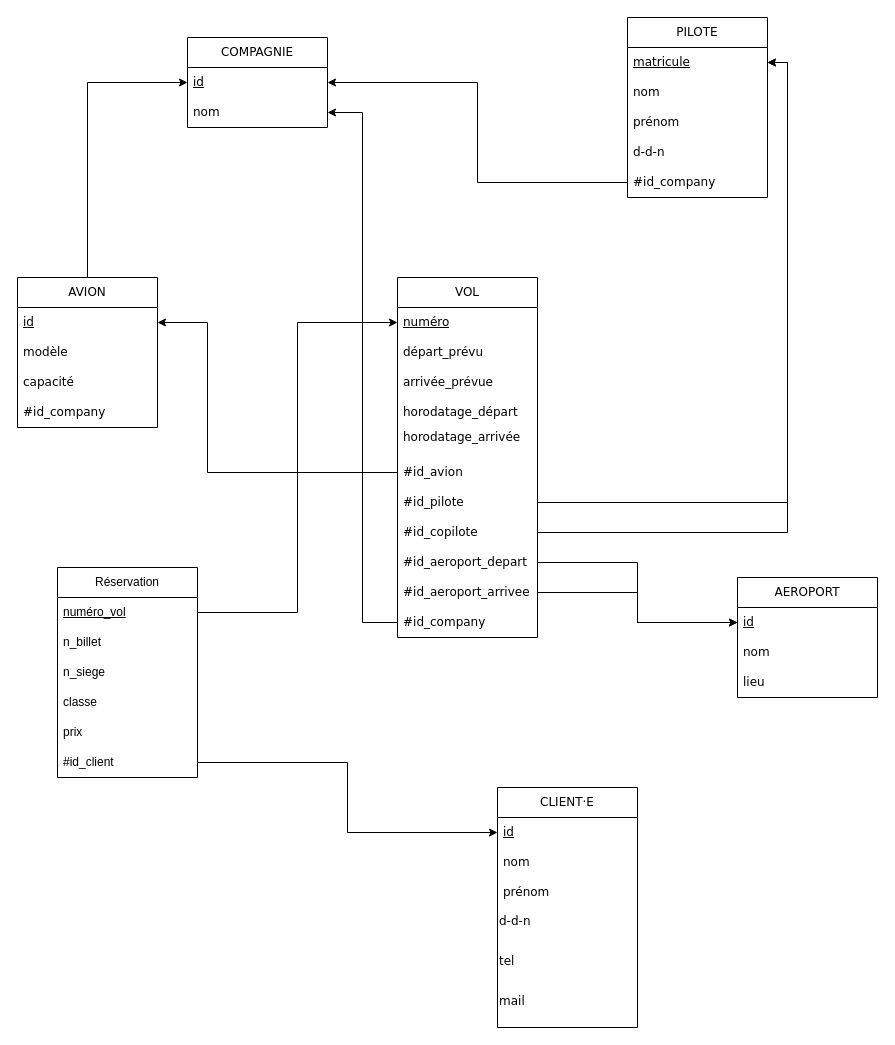
Earlier version of the draw.io diagram admin/Diagramme sans nom.drawio (Felania-f/supercar). Source tidied: cells renumbered, new cells numbered last; positions are measured from the earlier drawing's top-left corner, leaving out a move shared by most shapes. Both pictures are drawn from the tidied source at 100%, with x=0, y=0 at pixel (17, 17).
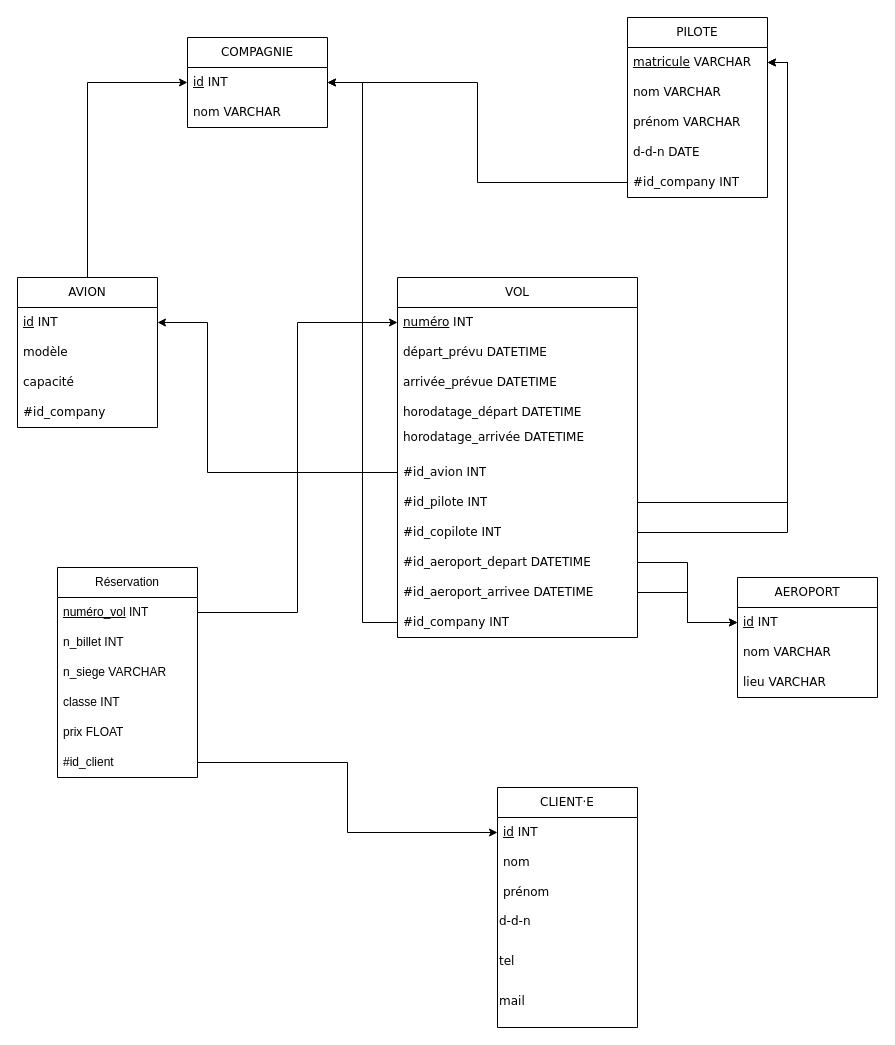
The same page after the edit.

Commit message (it also covers changes not shown here):
Mettre à jour Diagramme sans nom.drawio

Unchanged cells that the change refers to:
```xml
<mxCell id="15" value="&lt;span style=&quot;font-family: Verdana; text-align: start; text-wrap: nowrap;&quot;&gt;COMPAGNIE&lt;/span&gt;" style="swimlane;fontStyle=0;horizontal=1;startSize=30;whiteSpace=wrap;html=1;" parent="1" vertex="1">
  <mxGeometry x="170" y="20" width="140" height="90" as="geometry" />
</mxCell>
<mxCell id="18" value="&lt;span style=&quot;font-family: Verdana; text-align: start; text-wrap: nowrap;&quot;&gt;PILOTE&lt;/span&gt;" style="swimlane;fontStyle=0;horizontal=1;startSize=30;whiteSpace=wrap;html=1;" parent="1" vertex="1">
  <mxGeometry x="610" width="140" height="180" as="geometry" />
</mxCell>
<mxCell id="25" value="&lt;span style=&quot;font-family: Verdana; text-align: start; text-wrap: nowrap;&quot;&gt;AVION&lt;/span&gt;" style="swimlane;fontStyle=0;horizontal=1;startSize=30;whiteSpace=wrap;html=1;" parent="1" vertex="1">
  <mxGeometry y="260" width="140" height="150" as="geometry" />
</mxCell>
<mxCell id="30" value="&lt;span style=&quot;font-family: Verdana; text-align: start; text-wrap: nowrap;&quot;&gt;CLIENT·E&lt;/span&gt;" style="swimlane;fontStyle=0;horizontal=1;startSize=30;whiteSpace=wrap;html=1;" parent="1" vertex="1">
  <mxGeometry x="480" y="770" width="140" height="240" as="geometry" />
</mxCell>
<mxCell id="37" value="&lt;span style=&quot;font-family: Verdana; text-align: start; text-wrap: nowrap;&quot;&gt;AEROPORT&lt;/span&gt;" style="swimlane;fontStyle=0;horizontal=1;startSize=30;whiteSpace=wrap;html=1;" parent="1" vertex="1">
  <mxGeometry x="720" y="560" width="140" height="120" as="geometry" />
</mxCell>
<mxCell id="41" value="Réservation" style="swimlane;fontStyle=0;horizontal=1;startSize=30;whiteSpace=wrap;html=1;" parent="1" vertex="1">
  <mxGeometry x="40" y="550" width="140" height="210" as="geometry" />
</mxCell>
```

Diff of the diagram source:
```diff
@@
-    <mxCell id="2" style="edgeStyle=orthogonalEdgeStyle;rounded=0;jettySize=auto;html=1;exitX=0;exitY=0.5;exitDx=0;exitDy=0;entryX=1;entryY=0.5;entryDx=0;entryDy=0;" parent="1" edge="1" source="14" target="17">
-      <mxGeometry relative="1" as="geometry" />
-    </mxCell>
     <mxCell id="3" value="&lt;span style=&quot;font-family: Verdana; text-align: start; text-wrap: nowrap;&quot;&gt;VOL&lt;/span&gt;" style="swimlane;fontStyle=0;horizontal=1;startSize=30;whiteSpace=wrap;html=1;" parent="1" vertex="1">
-      <mxGeometry x="380" y="260" width="140" height="360" as="geometry" />
+      <mxGeometry x="380" y="260" width="240" height="360" as="geometry" />
     </mxCell>
-    <mxCell id="4" value="&lt;span style=&quot;font-family: Verdana; text-wrap: nowrap;&quot;&gt;&lt;u&gt;numéro&lt;/u&gt;&lt;/span&gt;" style="text;strokeColor=none;fillColor=none;align=left;verticalAlign=middle;spacingLeft=4;spacingRight=4;overflow=hidden;points=[[0,0.5],[1,0.5]];portConstraint=eastwest;whiteSpace=wrap;html=1;" parent="3" vertex="1">
-      <mxGeometry y="30" width="140" height="30" as="geometry" />
+    <mxCell id="4" value="&lt;span style=&quot;font-family: Verdana; text-wrap: nowrap;&quot;&gt;&lt;u&gt;numéro&lt;/u&gt; INT&lt;/span&gt;" style="text;strokeColor=none;fillColor=none;align=left;verticalAlign=middle;spacingLeft=4;spacingRight=4;overflow=hidden;points=[[0,0.5],[1,0.5]];portConstraint=eastwest;whiteSpace=wrap;html=1;" parent="3" vertex="1">
+      <mxGeometry y="30" width="240" height="30" as="geometry" />
     </mxCell>
-    <mxCell id="5" value="&lt;span style=&quot;font-family: Verdana; text-wrap: nowrap;&quot;&gt;départ_prévu&lt;/span&gt;" style="text;strokeColor=none;fillColor=none;align=left;verticalAlign=middle;spacingLeft=4;spacingRight=4;overflow=hidden;whiteSpace=wrap;html=1;" parent="3" vertex="1">
-      <mxGeometry y="60" width="140" height="30" as="geometry" />
+    <mxCell id="5" value="&lt;span style=&quot;font-family: Verdana; text-wrap: nowrap;&quot;&gt;départ_prévu DATETIME&lt;/span&gt;" style="text;strokeColor=none;fillColor=none;align=left;verticalAlign=middle;spacingLeft=4;spacingRight=4;overflow=hidden;whiteSpace=wrap;html=1;" parent="3" vertex="1">
+      <mxGeometry y="60" width="240" height="30" as="geometry" />
     </mxCell>
-    <mxCell id="6" value="&lt;span style=&quot;font-family: Verdana; text-wrap: nowrap;&quot;&gt;arrivée_prévue&lt;/span&gt;" style="text;strokeColor=none;fillColor=none;align=left;verticalAlign=middle;spacingLeft=4;spacingRight=4;overflow=hidden;whiteSpace=wrap;html=1;" parent="3" vertex="1">
-      <mxGeometry y="90" width="140" height="30" as="geometry" />
+    <mxCell id="6" value="&lt;span style=&quot;font-family: Verdana; text-wrap: nowrap;&quot;&gt;arrivée_prévue DATETIME&lt;/span&gt;" style="text;strokeColor=none;fillColor=none;align=left;verticalAlign=middle;spacingLeft=4;spacingRight=4;overflow=hidden;whiteSpace=wrap;html=1;" parent="3" vertex="1">
+      <mxGeometry y="90" width="240" height="30" as="geometry" />
     </mxCell>
-    <mxCell id="7" value="&lt;span style=&quot;font-family: Verdana; text-wrap: nowrap;&quot;&gt;horodatage_départ&lt;/span&gt;" style="text;strokeColor=none;fillColor=none;align=left;verticalAlign=middle;spacingLeft=4;spacingRight=4;overflow=hidden;whiteSpace=wrap;html=1;" parent="3" vertex="1">
-      <mxGeometry y="120" width="140" height="30" as="geometry" />
+    <mxCell id="7" value="&lt;span style=&quot;font-family: Verdana; text-wrap: nowrap;&quot;&gt;horodatage_départ DATETIME&lt;/span&gt;" style="text;strokeColor=none;fillColor=none;align=left;verticalAlign=middle;spacingLeft=4;spacingRight=4;overflow=hidden;whiteSpace=wrap;html=1;" parent="3" vertex="1">
+      <mxGeometry y="120" width="240" height="30" as="geometry" />
     </mxCell>
-    <mxCell id="8" value="&lt;span style=&quot;font-family: Verdana; text-wrap: nowrap;&quot;&gt;horodatage_arrivée&lt;/span&gt;&lt;div&gt;&lt;br&gt;&lt;/div&gt;" style="text;strokeColor=none;fillColor=none;align=left;verticalAlign=middle;spacingLeft=4;spacingRight=4;overflow=hidden;whiteSpace=wrap;html=1;" parent="3" vertex="1">
-      <mxGeometry y="150" width="140" height="30" as="geometry" />
+    <mxCell id="8" value="&lt;span style=&quot;font-family: Verdana; text-wrap: nowrap;&quot;&gt;horodatage_arrivée DATETIME&lt;/span&gt;&lt;div&gt;&lt;br&gt;&lt;/div&gt;" style="text;strokeColor=none;fillColor=none;align=left;verticalAlign=middle;spacingLeft=4;spacingRight=4;overflow=hidden;whiteSpace=wrap;html=1;" parent="3" vertex="1">
+      <mxGeometry y="150" width="240" height="30" as="geometry" />
     </mxCell>
-    <mxCell id="9" value="&lt;div&gt;&lt;font face=&quot;Verdana&quot;&gt;&lt;span style=&quot;text-wrap: nowrap;&quot;&gt;#id_avion&lt;/span&gt;&lt;/font&gt;&lt;/div&gt;" style="text;strokeColor=none;fillColor=none;align=left;verticalAlign=middle;spacingLeft=4;spacingRight=4;overflow=hidden;points=[[0,0.5],[1,0.5]];portConstraint=eastwest;whiteSpace=wrap;html=1;" parent="3" vertex="1">
-      <mxGeometry y="180" width="140" height="30" as="geometry" />
+    <mxCell id="9" value="&lt;div&gt;&lt;font face=&quot;Verdana&quot;&gt;&lt;span style=&quot;text-wrap: nowrap;&quot;&gt;#id_avion INT&lt;/span&gt;&lt;/font&gt;&lt;/div&gt;" style="text;strokeColor=none;fillColor=none;align=left;verticalAlign=middle;spacingLeft=4;spacingRight=4;overflow=hidden;points=[[0,0.5],[1,0.5]];portConstraint=eastwest;whiteSpace=wrap;html=1;" parent="3" vertex="1">
+      <mxGeometry y="180" width="240" height="30" as="geometry" />
     </mxCell>
-    <mxCell id="10" value="&lt;font face=&quot;Verdana&quot;&gt;&lt;span style=&quot;text-wrap: nowrap;&quot;&gt;#id_pilote&lt;/span&gt;&lt;/font&gt;" style="text;strokeColor=none;fillColor=none;align=left;verticalAlign=middle;spacingLeft=4;spacingRight=4;overflow=hidden;points=[[0,0.5],[1,0.5]];portConstraint=eastwest;whiteSpace=wrap;html=1;" parent="3" vertex="1">
-      <mxGeometry y="210" width="140" height="30" as="geometry" />
+    <mxCell id="10" value="&lt;font face=&quot;Verdana&quot;&gt;&lt;span style=&quot;text-wrap: nowrap;&quot;&gt;#id_pilote INT&lt;/span&gt;&lt;/font&gt;" style="text;strokeColor=none;fillColor=none;align=left;verticalAlign=middle;spacingLeft=4;spacingRight=4;overflow=hidden;points=[[0,0.5],[1,0.5]];portConstraint=eastwest;whiteSpace=wrap;html=1;" parent="3" vertex="1">
+      <mxGeometry y="210" width="240" height="30" as="geometry" />
     </mxCell>
-    <mxCell id="11" value="&lt;font face=&quot;Verdana&quot;&gt;&lt;span style=&quot;text-wrap: nowrap;&quot;&gt;#id_copilote&lt;/span&gt;&lt;/font&gt;" style="text;strokeColor=none;fillColor=none;align=left;verticalAlign=middle;spacingLeft=4;spacingRight=4;overflow=hidden;points=[[0,0.5],[1,0.5]];portConstraint=eastwest;whiteSpace=wrap;html=1;" parent="3" vertex="1">
-      <mxGeometry y="240" width="140" height="30" as="geometry" />
+    <mxCell id="11" value="&lt;font face=&quot;Verdana&quot;&gt;&lt;span style=&quot;text-wrap: nowrap;&quot;&gt;#id_copilote INT&lt;/span&gt;&lt;/font&gt;" style="text;strokeColor=none;fillColor=none;align=left;verticalAlign=middle;spacingLeft=4;spacingRight=4;overflow=hidden;points=[[0,0.5],[1,0.5]];portConstraint=eastwest;whiteSpace=wrap;html=1;" parent="3" vertex="1">
+      <mxGeometry y="240" width="240" height="30" as="geometry" />
     </mxCell>
-    <mxCell id="12" value="&lt;font face=&quot;Verdana&quot;&gt;&lt;span style=&quot;text-wrap: nowrap;&quot;&gt;#id_aeroport_depart&lt;/span&gt;&lt;/font&gt;" style="text;strokeColor=none;fillColor=none;align=left;verticalAlign=middle;spacingLeft=4;spacingRight=4;overflow=hidden;points=[[0,0.5],[1,0.5]];portConstraint=eastwest;whiteSpace=wrap;html=1;" parent="3" vertex="1">
-      <mxGeometry y="270" width="140" height="30" as="geometry" />
+    <mxCell id="12" value="&lt;font face=&quot;Verdana&quot;&gt;&lt;span style=&quot;text-wrap: nowrap;&quot;&gt;#id_aeroport_depart DATETIME&lt;/span&gt;&lt;/font&gt;" style="text;strokeColor=none;fillColor=none;align=left;verticalAlign=middle;spacingLeft=4;spacingRight=4;overflow=hidden;points=[[0,0.5],[1,0.5]];portConstraint=eastwest;whiteSpace=wrap;html=1;" parent="3" vertex="1">
+      <mxGeometry y="270" width="240" height="30" as="geometry" />
     </mxCell>
-    <mxCell id="13" value="&lt;font face=&quot;Verdana&quot;&gt;&lt;span style=&quot;text-wrap: nowrap;&quot;&gt;#id_aeroport_arrivee&lt;/span&gt;&lt;/font&gt;" style="text;strokeColor=none;fillColor=none;align=left;verticalAlign=middle;spacingLeft=4;spacingRight=4;overflow=hidden;points=[[0,0.5],[1,0.5]];portConstraint=eastwest;whiteSpace=wrap;html=1;" parent="3" vertex="1">
-      <mxGeometry y="300" width="140" height="30" as="geometry" />
+    <mxCell id="13" value="&lt;font face=&quot;Verdana&quot;&gt;&lt;span style=&quot;text-wrap: nowrap;&quot;&gt;#id_aeroport_arrivee DATETIME&lt;/span&gt;&lt;/font&gt;" style="text;strokeColor=none;fillColor=none;align=left;verticalAlign=middle;spacingLeft=4;spacingRight=4;overflow=hidden;points=[[0,0.5],[1,0.5]];portConstraint=eastwest;whiteSpace=wrap;html=1;" parent="3" vertex="1">
+      <mxGeometry y="300" width="240" height="30" as="geometry" />
     </mxCell>
-    <mxCell id="14" value="&lt;font face=&quot;Verdana&quot;&gt;&lt;span style=&quot;text-wrap: nowrap;&quot;&gt;#id_company&lt;/span&gt;&lt;/font&gt;" style="text;strokeColor=none;fillColor=none;align=left;verticalAlign=middle;spacingLeft=4;spacingRight=4;overflow=hidden;points=[[0,0.5],[1,0.5]];portConstraint=eastwest;whiteSpace=wrap;html=1;" parent="3" vertex="1">
-      <mxGeometry y="330" width="140" height="30" as="geometry" />
+    <mxCell id="14" value="&lt;font face=&quot;Verdana&quot;&gt;&lt;span style=&quot;text-wrap: nowrap;&quot;&gt;#id_company INT&lt;/span&gt;&lt;/font&gt;" style="text;strokeColor=none;fillColor=none;align=left;verticalAlign=middle;spacingLeft=4;spacingRight=4;overflow=hidden;points=[[0,0.5],[1,0.5]];portConstraint=eastwest;whiteSpace=wrap;html=1;" parent="3" vertex="1">
+      <mxGeometry y="330" width="240" height="30" as="geometry" />
     </mxCell>
@@
-    <mxCell id="16" value="&lt;span style=&quot;font-family: Verdana; text-wrap: nowrap;&quot;&gt;&lt;u&gt;id&lt;/u&gt;&lt;/span&gt;" style="text;strokeColor=none;fillColor=none;align=left;verticalAlign=middle;spacingLeft=4;spacingRight=4;overflow=hidden;points=[[0,0.5],[1,0.5]];portConstraint=eastwest;whiteSpace=wrap;html=1;" parent="15" vertex="1">
+    <mxCell id="16" value="&lt;span style=&quot;font-family: Verdana; text-wrap: nowrap;&quot;&gt;&lt;u&gt;id&lt;/u&gt; INT&lt;/span&gt;" style="text;strokeColor=none;fillColor=none;align=left;verticalAlign=middle;spacingLeft=4;spacingRight=4;overflow=hidden;points=[[0,0.5],[1,0.5]];portConstraint=eastwest;whiteSpace=wrap;html=1;" parent="15" vertex="1">
       <mxGeometry y="30" width="140" height="30" as="geometry" />
     </mxCell>
-    <mxCell id="17" value="&lt;span style=&quot;font-family: Verdana; text-wrap: nowrap;&quot;&gt;nom&lt;/span&gt;" style="text;strokeColor=none;fillColor=none;align=left;verticalAlign=middle;spacingLeft=4;spacingRight=4;overflow=hidden;points=[[0,0.5],[1,0.5]];portConstraint=eastwest;whiteSpace=wrap;html=1;" parent="15" vertex="1">
+    <mxCell id="17" value="&lt;span style=&quot;font-family: Verdana; text-wrap: nowrap;&quot;&gt;nom VARCHAR&lt;/span&gt;" style="text;strokeColor=none;fillColor=none;align=left;verticalAlign=middle;spacingLeft=4;spacingRight=4;overflow=hidden;points=[[0,0.5],[1,0.5]];portConstraint=eastwest;whiteSpace=wrap;html=1;" parent="15" vertex="1">
       <mxGeometry y="60" width="140" height="30" as="geometry" />
     </mxCell>
@@
-    <mxCell id="19" value="&lt;span style=&quot;font-family: Verdana; text-wrap: nowrap;&quot;&gt;&lt;u&gt;matricule&lt;/u&gt;&lt;/span&gt;" style="text;strokeColor=none;fillColor=none;align=left;verticalAlign=middle;spacingLeft=4;spacingRight=4;overflow=hidden;points=[[0,0.5],[1,0.5]];portConstraint=eastwest;whiteSpace=wrap;html=1;" parent="18" vertex="1">
+    <mxCell id="19" value="&lt;span style=&quot;font-family: Verdana; text-wrap: nowrap;&quot;&gt;&lt;u&gt;matricule&lt;/u&gt; VARCHAR&lt;/span&gt;" style="text;strokeColor=none;fillColor=none;align=left;verticalAlign=middle;spacingLeft=4;spacingRight=4;overflow=hidden;points=[[0,0.5],[1,0.5]];portConstraint=eastwest;whiteSpace=wrap;html=1;" parent="18" vertex="1">
       <mxGeometry y="30" width="140" height="30" as="geometry" />
     </mxCell>
-    <mxCell id="20" value="&lt;span style=&quot;font-family: Verdana; text-wrap: nowrap;&quot;&gt;nom&lt;/span&gt;" style="text;strokeColor=none;fillColor=none;align=left;verticalAlign=middle;spacingLeft=4;spacingRight=4;overflow=hidden;whiteSpace=wrap;html=1;" parent="18" vertex="1">
+    <mxCell id="20" value="&lt;span style=&quot;font-family: Verdana; text-wrap: nowrap;&quot;&gt;nom VARCHAR&lt;/span&gt;" style="text;strokeColor=none;fillColor=none;align=left;verticalAlign=middle;spacingLeft=4;spacingRight=4;overflow=hidden;whiteSpace=wrap;html=1;" parent="18" vertex="1">
       <mxGeometry y="60" width="140" height="30" as="geometry" />
     </mxCell>
-    <mxCell id="21" value="&lt;span style=&quot;font-family: Verdana; text-wrap: nowrap;&quot;&gt;prénom&lt;/span&gt;" style="text;strokeColor=none;fillColor=none;align=left;verticalAlign=middle;spacingLeft=4;spacingRight=4;overflow=hidden;whiteSpace=wrap;html=1;" parent="18" vertex="1">
+    <mxCell id="21" value="&lt;span style=&quot;font-family: Verdana; text-wrap: nowrap;&quot;&gt;prénom VARCHAR&lt;/span&gt;" style="text;strokeColor=none;fillColor=none;align=left;verticalAlign=middle;spacingLeft=4;spacingRight=4;overflow=hidden;whiteSpace=wrap;html=1;" parent="18" vertex="1">
       <mxGeometry y="90" width="140" height="30" as="geometry" />
     </mxCell>
-    <mxCell id="22" value="&lt;span style=&quot;font-family: Verdana; text-wrap: nowrap;&quot;&gt;d-d-n&lt;/span&gt;" style="text;strokeColor=none;fillColor=none;align=left;verticalAlign=middle;spacingLeft=4;spacingRight=4;overflow=hidden;whiteSpace=wrap;html=1;" parent="18" vertex="1">
+    <mxCell id="22" value="&lt;span style=&quot;font-family: Verdana; text-wrap: nowrap;&quot;&gt;d-d-n DATE&lt;/span&gt;" style="text;strokeColor=none;fillColor=none;align=left;verticalAlign=middle;spacingLeft=4;spacingRight=4;overflow=hidden;whiteSpace=wrap;html=1;" parent="18" vertex="1">
       <mxGeometry y="120" width="140" height="30" as="geometry" />
     </mxCell>
-    <mxCell id="23" value="&lt;font face=&quot;Verdana&quot;&gt;&lt;span style=&quot;text-wrap: nowrap;&quot;&gt;#id_company&lt;/span&gt;&lt;/font&gt;" style="text;strokeColor=none;fillColor=none;align=left;verticalAlign=middle;spacingLeft=4;spacingRight=4;overflow=hidden;points=[[0,0.5],[1,0.5]];portConstraint=eastwest;whiteSpace=wrap;html=1;" parent="18" vertex="1">
+    <mxCell id="23" value="&lt;font face=&quot;Verdana&quot;&gt;&lt;span style=&quot;text-wrap: nowrap;&quot;&gt;#id_company INT&lt;/span&gt;&lt;/font&gt;" style="text;strokeColor=none;fillColor=none;align=left;verticalAlign=middle;spacingLeft=4;spacingRight=4;overflow=hidden;points=[[0,0.5],[1,0.5]];portConstraint=eastwest;whiteSpace=wrap;html=1;" parent="18" vertex="1">
       <mxGeometry y="150" width="140" height="30" as="geometry" />
     </mxCell>
@@
-    <mxCell id="26" value="&lt;span style=&quot;font-family: Verdana; text-wrap: nowrap;&quot;&gt;&lt;u&gt;id&lt;/u&gt;&lt;/span&gt;" style="text;strokeColor=none;fillColor=none;align=left;verticalAlign=middle;spacingLeft=4;spacingRight=4;overflow=hidden;points=[[0,0.5],[1,0.5]];portConstraint=eastwest;whiteSpace=wrap;html=1;" parent="25" vertex="1">
+    <mxCell id="26" value="&lt;span style=&quot;font-family: Verdana; text-wrap: nowrap;&quot;&gt;&lt;u&gt;id&lt;/u&gt; INT&lt;/span&gt;" style="text;strokeColor=none;fillColor=none;align=left;verticalAlign=middle;spacingLeft=4;spacingRight=4;overflow=hidden;points=[[0,0.5],[1,0.5]];portConstraint=eastwest;whiteSpace=wrap;html=1;" parent="25" vertex="1">
       <mxGeometry y="30" width="140" height="30" as="geometry" />
     </mxCell>
@@
-    <mxCell id="31" value="&lt;span style=&quot;font-family: Verdana; text-wrap: nowrap;&quot;&gt;&lt;u&gt;id&lt;/u&gt;&lt;/span&gt;" style="text;strokeColor=none;fillColor=none;align=left;verticalAlign=middle;spacingLeft=4;spacingRight=4;overflow=hidden;points=[[0,0.5],[1,0.5]];portConstraint=eastwest;whiteSpace=wrap;html=1;" parent="30" vertex="1">
+    <mxCell id="31" value="&lt;span style=&quot;font-family: Verdana; text-wrap: nowrap;&quot;&gt;&lt;u&gt;id&lt;/u&gt; INT&lt;/span&gt;" style="text;strokeColor=none;fillColor=none;align=left;verticalAlign=middle;spacingLeft=4;spacingRight=4;overflow=hidden;points=[[0,0.5],[1,0.5]];portConstraint=eastwest;whiteSpace=wrap;html=1;" parent="30" vertex="1">
       <mxGeometry y="30" width="140" height="30" as="geometry" />
     </mxCell>
@@
-    <mxCell id="38" value="&lt;span style=&quot;font-family: Verdana; text-wrap: nowrap;&quot;&gt;&lt;u&gt;id&lt;/u&gt;&lt;/span&gt;" style="text;strokeColor=none;fillColor=none;align=left;verticalAlign=middle;spacingLeft=4;spacingRight=4;overflow=hidden;points=[[0,0.5],[1,0.5]];portConstraint=eastwest;whiteSpace=wrap;html=1;" parent="37" vertex="1">
+    <mxCell id="38" value="&lt;span style=&quot;font-family: Verdana; text-wrap: nowrap;&quot;&gt;&lt;u&gt;id&lt;/u&gt; INT&lt;/span&gt;" style="text;strokeColor=none;fillColor=none;align=left;verticalAlign=middle;spacingLeft=4;spacingRight=4;overflow=hidden;points=[[0,0.5],[1,0.5]];portConstraint=eastwest;whiteSpace=wrap;html=1;" parent="37" vertex="1">
       <mxGeometry y="30" width="140" height="30" as="geometry" />
     </mxCell>
-    <mxCell id="39" value="&lt;span style=&quot;font-family: Verdana; text-wrap: nowrap;&quot;&gt;nom&lt;/span&gt;" style="text;strokeColor=none;fillColor=none;align=left;verticalAlign=middle;spacingLeft=4;spacingRight=4;overflow=hidden;whiteSpace=wrap;html=1;" parent="37" vertex="1">
+    <mxCell id="39" value="&lt;span style=&quot;font-family: Verdana; text-wrap: nowrap;&quot;&gt;nom VARCHAR&lt;/span&gt;" style="text;strokeColor=none;fillColor=none;align=left;verticalAlign=middle;spacingLeft=4;spacingRight=4;overflow=hidden;whiteSpace=wrap;html=1;" parent="37" vertex="1">
       <mxGeometry y="60" width="140" height="30" as="geometry" />
     </mxCell>
-    <mxCell id="40" value="&lt;span style=&quot;font-family: Verdana; text-wrap: nowrap;&quot;&gt;lieu&lt;/span&gt;" style="text;strokeColor=none;fillColor=none;align=left;verticalAlign=middle;spacingLeft=4;spacingRight=4;overflow=hidden;whiteSpace=wrap;html=1;" parent="37" vertex="1">
+    <mxCell id="40" value="&lt;span style=&quot;font-family: Verdana; text-wrap: nowrap;&quot;&gt;lieu VARCHAR&lt;/span&gt;" style="text;strokeColor=none;fillColor=none;align=left;verticalAlign=middle;spacingLeft=4;spacingRight=4;overflow=hidden;whiteSpace=wrap;html=1;" parent="37" vertex="1">
       <mxGeometry y="90" width="140" height="30" as="geometry" />
     </mxCell>
@@
-    <mxCell id="42" value="&lt;u&gt;numéro_vol&lt;/u&gt;" style="text;strokeColor=none;fillColor=none;align=left;verticalAlign=middle;spacingLeft=4;spacingRight=4;overflow=hidden;points=[[0,0.5],[1,0.5]];portConstraint=eastwest;whiteSpace=wrap;html=1;" parent="41" vertex="1">
+    <mxCell id="42" value="&lt;u&gt;numéro_vol&lt;/u&gt; INT" style="text;strokeColor=none;fillColor=none;align=left;verticalAlign=middle;spacingLeft=4;spacingRight=4;overflow=hidden;points=[[0,0.5],[1,0.5]];portConstraint=eastwest;whiteSpace=wrap;html=1;" parent="41" vertex="1">
       <mxGeometry y="30" width="140" height="30" as="geometry" />
     </mxCell>
-    <mxCell id="43" value="n_billet" style="text;strokeColor=none;fillColor=none;align=left;verticalAlign=middle;spacingLeft=4;spacingRight=4;overflow=hidden;whiteSpace=wrap;html=1;" parent="41" vertex="1">
+    <mxCell id="43" value="n_billet INT" style="text;strokeColor=none;fillColor=none;align=left;verticalAlign=middle;spacingLeft=4;spacingRight=4;overflow=hidden;whiteSpace=wrap;html=1;" parent="41" vertex="1">
       <mxGeometry y="60" width="140" height="30" as="geometry" />
     </mxCell>
-    <mxCell id="44" value="n_siege" style="text;strokeColor=none;fillColor=none;align=left;verticalAlign=middle;spacingLeft=4;spacingRight=4;overflow=hidden;whiteSpace=wrap;html=1;" parent="41" vertex="1">
+    <mxCell id="44" value="n_siege VARCHAR" style="text;strokeColor=none;fillColor=none;align=left;verticalAlign=middle;spacingLeft=4;spacingRight=4;overflow=hidden;whiteSpace=wrap;html=1;" parent="41" vertex="1">
       <mxGeometry y="90" width="140" height="30" as="geometry" />
     </mxCell>
-    <mxCell id="45" value="classe" style="text;strokeColor=none;fillColor=none;align=left;verticalAlign=middle;spacingLeft=4;spacingRight=4;overflow=hidden;whiteSpace=wrap;html=1;" parent="41" vertex="1">
+    <mxCell id="45" value="classe INT" style="text;strokeColor=none;fillColor=none;align=left;verticalAlign=middle;spacingLeft=4;spacingRight=4;overflow=hidden;whiteSpace=wrap;html=1;" parent="41" vertex="1">
       <mxGeometry y="120" width="140" height="30" as="geometry" />
     </mxCell>
-    <mxCell id="46" value="prix" style="text;strokeColor=none;fillColor=none;align=left;verticalAlign=middle;spacingLeft=4;spacingRight=4;overflow=hidden;whiteSpace=wrap;html=1;" parent="41" vertex="1">
+    <mxCell id="46" value="prix FLOAT" style="text;strokeColor=none;fillColor=none;align=left;verticalAlign=middle;spacingLeft=4;spacingRight=4;overflow=hidden;whiteSpace=wrap;html=1;" parent="41" vertex="1">
       <mxGeometry y="150" width="140" height="30" as="geometry" />
     </mxCell>
@@
+    <mxCell id="56" style="edgeStyle=orthogonalEdgeStyle;rounded=0;jettySize=auto;html=1;exitX=0;exitY=0.5;exitDx=0;exitDy=0;entryX=1;entryY=0.5;entryDx=0;entryDy=0;" parent="1" edge="1" source="14" target="16">
+      <mxGeometry relative="1" as="geometry" />
+    </mxCell>
```
